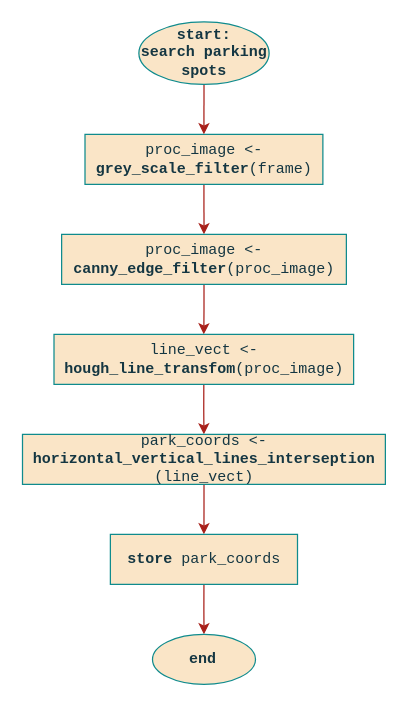
The draw.io diagram page "search_parking_spots" (2 of 2) of project/report/flowcharts/Threads.drawio in ESRGgroup9/slipad, before the edit. Source tidied: cells renumbered, new cells numbered last; positions are measured from the earlier drawing's top-left corner, leaving out a move shared by most shapes. Both pictures are drawn from the tidied source at 125%, with x=0, y=0 at pixel (22, 21).
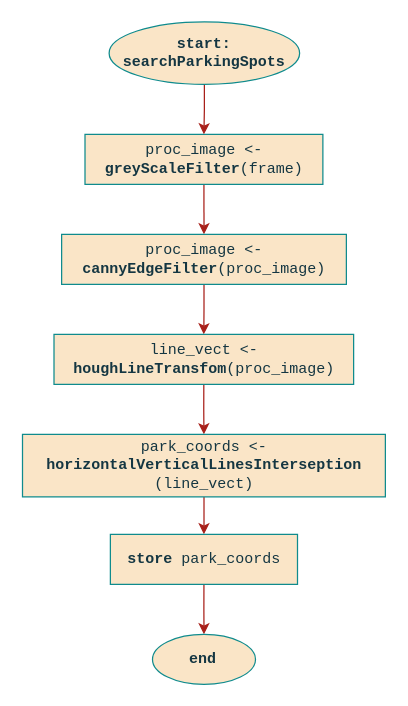
The same page after the edit.

Change to the diagram source:
```diff
@@
 <mxGraphModel>
   <root>
     <mxCell id="0" />
     <mxCell id="1" parent="0" />
     <mxCell id="2" style="edgeStyle=orthogonalEdgeStyle;rounded=0;sketch=0;jettySize=auto;html=1;exitX=0.5;exitY=1;exitDx=0;exitDy=0;entryX=0.5;entryY=0;entryDx=0;entryDy=0;fontFamily=Courier New;fontColor=#143642;strokeColor=#A8201A;fillColor=#FAE5C7;" parent="1" edge="1" source="3" target="5">
       <mxGeometry relative="1" as="geometry" />
     </mxCell>
-    <mxCell id="3" value="proc_image &amp;lt;- &lt;b&gt;grey_scale_filter&lt;/b&gt;(frame) " style="rounded=0;whiteSpace=wrap;html=1;sketch=0;fontColor=#143642;strokeColor=#0F8B8D;fillColor=#FAE5C7;fontFamily=Courier New;" parent="1" vertex="1">
+    <mxCell id="3" value="proc_image &amp;lt;- &lt;b&gt;greyScaleFilter&lt;/b&gt;(frame) " style="rounded=0;whiteSpace=wrap;html=1;sketch=0;fontColor=#143642;strokeColor=#0F8B8D;fillColor=#FAE5C7;fontFamily=Courier New;" parent="1" vertex="1">
       <mxGeometry x="49.5" y="90" width="190.3" height="40" as="geometry" />
     </mxCell>
     <mxCell id="4" style="edgeStyle=orthogonalEdgeStyle;rounded=0;sketch=0;jettySize=auto;html=1;exitX=0.5;exitY=1;exitDx=0;exitDy=0;entryX=0.5;entryY=0;entryDx=0;entryDy=0;fontFamily=Courier New;fontColor=#143642;strokeColor=#A8201A;fillColor=#FAE5C7;" parent="1" edge="1" source="5" target="7">
       <mxGeometry relative="1" as="geometry" />
     </mxCell>
-    <mxCell id="5" value="proc_image &amp;lt;- &lt;b&gt;canny_edge_filter&lt;/b&gt;(proc_image) " style="rounded=0;whiteSpace=wrap;html=1;sketch=0;fontColor=#143642;strokeColor=#0F8B8D;fillColor=#FAE5C7;fontFamily=Courier New;" parent="1" vertex="1">
+    <mxCell id="5" value="proc_image &amp;lt;- &lt;b&gt;cannyEdgeFilter&lt;/b&gt;(proc_image) " style="rounded=0;whiteSpace=wrap;html=1;sketch=0;fontColor=#143642;strokeColor=#0F8B8D;fillColor=#FAE5C7;fontFamily=Courier New;" parent="1" vertex="1">
       <mxGeometry x="30.8" y="170" width="227.8" height="40" as="geometry" />
     </mxCell>
     <mxCell id="6" style="edgeStyle=orthogonalEdgeStyle;rounded=0;sketch=0;jettySize=auto;html=1;exitX=0.5;exitY=1;exitDx=0;exitDy=0;entryX=0.5;entryY=0;entryDx=0;entryDy=0;fontFamily=Courier New;fontColor=#143642;strokeColor=#A8201A;fillColor=#FAE5C7;" parent="1" edge="1" source="7" target="9">
       <mxGeometry relative="1" as="geometry" />
     </mxCell>
-    <mxCell id="7" value="line_vect &amp;lt;- &lt;b&gt;hough_line_transfom&lt;/b&gt;(proc_image) " style="rounded=0;whiteSpace=wrap;html=1;sketch=0;fontColor=#143642;strokeColor=#0F8B8D;fillColor=#FAE5C7;fontFamily=Courier New;" parent="1" vertex="1">
+    <mxCell id="7" value="line_vect &amp;lt;- &lt;b&gt;houghLineTransfom&lt;/b&gt;(proc_image) " style="rounded=0;whiteSpace=wrap;html=1;sketch=0;fontColor=#143642;strokeColor=#0F8B8D;fillColor=#FAE5C7;fontFamily=Courier New;" parent="1" vertex="1">
       <mxGeometry x="24.7" y="250" width="239.7" height="40" as="geometry" />
     </mxCell>
     <mxCell id="8" style="edgeStyle=orthogonalEdgeStyle;rounded=0;sketch=0;jettySize=auto;html=1;entryX=0.5;entryY=0;entryDx=0;entryDy=0;fontFamily=Courier New;fontColor=#143642;strokeColor=#A8201A;fillColor=#FAE5C7;" parent="1" edge="1" source="9" target="11">
       <mxGeometry relative="1" as="geometry" />
     </mxCell>
-    <mxCell id="9" value="&lt;div&gt;park_coords &amp;lt;- &lt;b&gt;horizontal_vertical_lines_interseption&lt;/b&gt;&lt;/div&gt;&lt;div&gt;(line_vect)&lt;/div&gt;" style="rounded=0;whiteSpace=wrap;html=1;sketch=0;fontColor=#143642;strokeColor=#0F8B8D;fillColor=#FAE5C7;fontFamily=Courier New;" parent="1" vertex="1">
-      <mxGeometry x="-0.5" y="330" width="290.3" height="40" as="geometry" />
+    <mxCell id="9" value="&lt;div&gt;park_coords &amp;lt;- &lt;b&gt;horizontalVerticalLinesInterseption&lt;/b&gt;&lt;/div&gt;&lt;div&gt;(line_vect)&lt;/div&gt;" style="rounded=0;whiteSpace=wrap;html=1;sketch=0;fontColor=#143642;strokeColor=#0F8B8D;fillColor=#FAE5C7;fontFamily=Courier New;" parent="1" vertex="1">
+      <mxGeometry x="-0.5" y="330" width="290.3" height="50" as="geometry" />
     </mxCell>
     <mxCell id="10" style="edgeStyle=orthogonalEdgeStyle;rounded=0;sketch=0;jettySize=auto;html=1;exitX=0.5;exitY=1;exitDx=0;exitDy=0;fontFamily=Courier New;fontColor=#143642;strokeColor=#A8201A;fillColor=#FAE5C7;" parent="1" edge="1" source="11" target="14">
       <mxGeometry relative="1" as="geometry" />
     </mxCell>
     <mxCell id="11" value="&lt;b&gt;store&lt;/b&gt; park_coords" style="rounded=0;whiteSpace=wrap;html=1;sketch=0;fontColor=#143642;strokeColor=#0F8B8D;fillColor=#FAE5C7;fontFamily=Courier New;" parent="1" vertex="1">
       <mxGeometry x="69.8" y="410" width="149.7" height="40" as="geometry" />
     </mxCell>
     <mxCell id="12" style="edgeStyle=orthogonalEdgeStyle;rounded=0;sketch=0;jettySize=auto;html=1;entryX=0.5;entryY=0;entryDx=0;entryDy=0;fontFamily=Courier New;fontColor=#143642;strokeColor=#A8201A;fillColor=#FAE5C7;" parent="1" edge="1" source="13" target="3">
       <mxGeometry relative="1" as="geometry" />
     </mxCell>
-    <mxCell id="13" value="&lt;div&gt;start: &lt;br&gt;&lt;/div&gt;&lt;div&gt;&lt;div&gt;search parking spots&lt;br&gt;&lt;/div&gt;&lt;/div&gt;" style="ellipse;whiteSpace=wrap;html=1;rounded=0;sketch=0;fontFamily=Courier New;fontColor=#143642;strokeColor=#0F8B8D;fillColor=#FAE5C7;fontStyle=1;" parent="1" vertex="1">
-      <mxGeometry x="92.6" width="104.2" height="50" as="geometry" />
+    <mxCell id="13" value="&lt;div&gt;start: &lt;br&gt;&lt;/div&gt;&lt;div&gt;&lt;div&gt;searchParkingSpots&lt;br&gt;&lt;/div&gt;&lt;/div&gt;" style="ellipse;whiteSpace=wrap;html=1;rounded=0;sketch=0;fontFamily=Courier New;fontColor=#143642;strokeColor=#0F8B8D;fillColor=#FAE5C7;fontStyle=1;" parent="1" vertex="1">
+      <mxGeometry x="68.8" width="152.4" height="50" as="geometry" />
     </mxCell>
     <mxCell id="14" value="end" style="ellipse;whiteSpace=wrap;html=1;rounded=0;sketch=0;fontFamily=Courier New;fontColor=#143642;strokeColor=#0F8B8D;fillColor=#FAE5C7;fontStyle=1;" parent="1" vertex="1">
       <mxGeometry x="103.5" y="490" width="82.4" height="40" as="geometry" />
     </mxCell>
   </root>
 </mxGraphModel>
```
